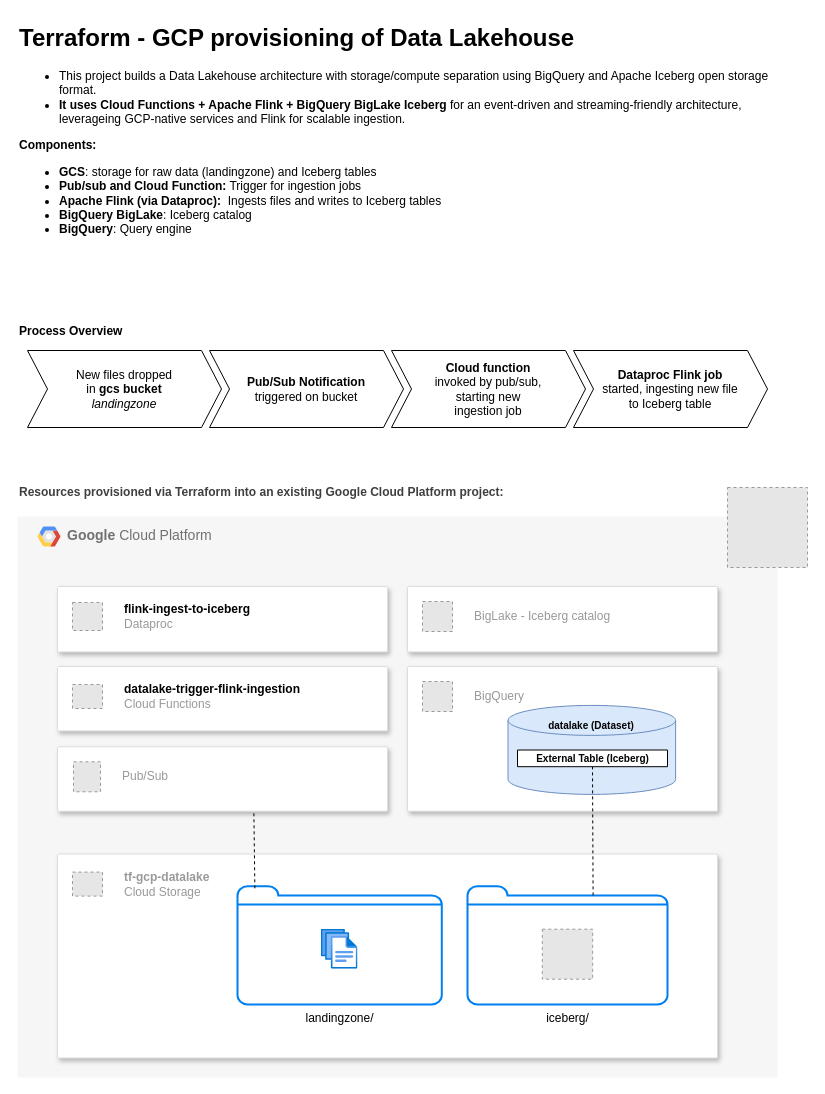
Above: tf-gcp-lakehouse/ARCHITECTURE.drawio in Sennendog/data_tech_stacks (draw.io), before the change. Source tidied: cells renumbered, new cells numbered last; positions are measured from the earlier drawing's top-left corner, leaving out a move shared by most shapes. Both pictures are drawn from the tidied source at 100%, with x=0, y=0 at pixel (17, 17). Pictures stored in the file or linked from it are replaced by grey dashed boxes.
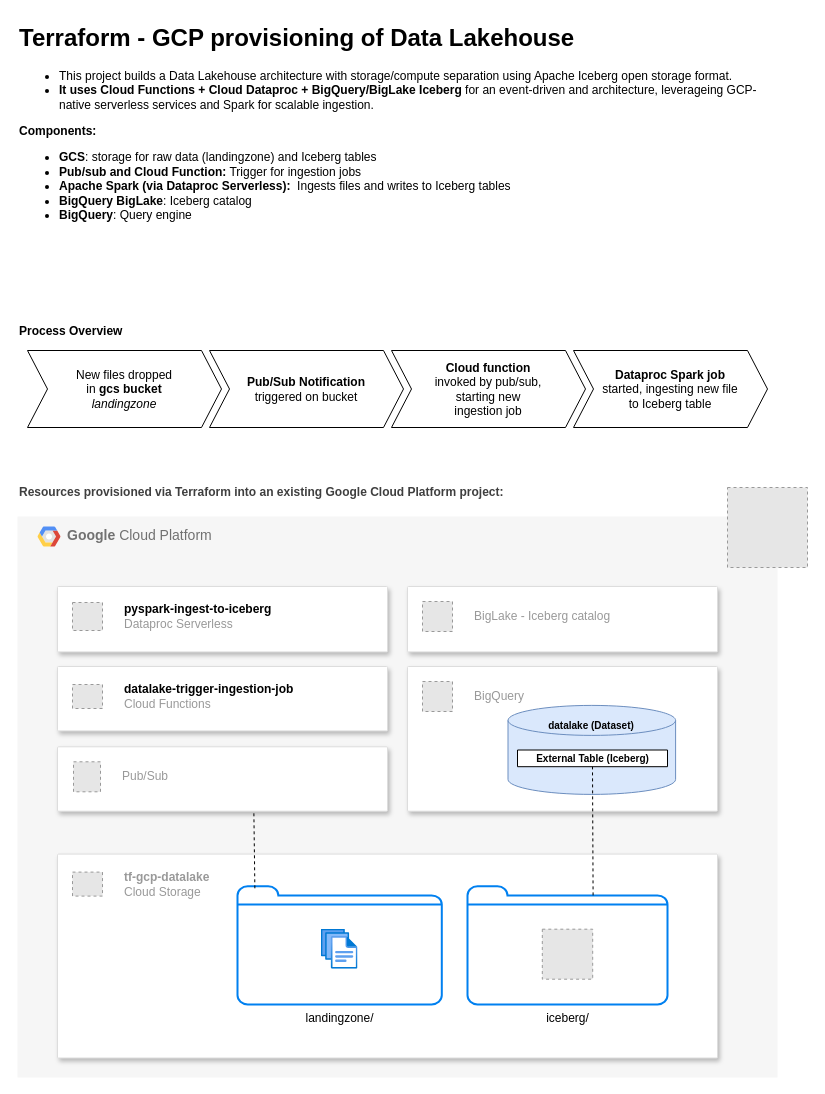
Above is the later version.

Commit message (it also covers changes not shown here):
switch to spark/dataproc serverless

The change refers to these unchanged cells:
```xml
<mxCell id="18" style="strokeColor=#dddddd;shadow=1;strokeWidth=1;rounded=1;absoluteArcSize=1;arcSize=2;" parent="2" vertex="1">
  <mxGeometry x="40" y="150" width="330" height="64.4" as="geometry" />
</mxCell>
<mxCell id="21" style="strokeColor=#dddddd;shadow=1;strokeWidth=1;rounded=1;absoluteArcSize=1;arcSize=2;" parent="2" vertex="1">
  <mxGeometry x="40" y="70" width="330" height="65.4" as="geometry" />
</mxCell>
<mxCell id="27" value="Process Overview" style="swimlane;horizontal=1;fillColor=none;strokeColor=none;stackBorder=10;align=left;whiteSpace=wrap;html=1;spacingTop=4;" parent="1" vertex="1">
  <mxGeometry y="300" width="760" height="120" as="geometry" />
</mxCell>
```

What changed in the source:
```diff
@@
-    <mxCell id="19" value="&lt;b&gt;&lt;font color=&quot;#000000&quot;&gt;datalake-trigger-flink-ingestion&lt;/font&gt;&lt;br&gt;&lt;/b&gt;Cloud Functions" style="fillColor=#E6E6E6;strokeColor=#999999;dashed=1;html=1;fontColor=#999999;verticalLabelPosition=middle;verticalAlign=middle;labelPosition=right;align=left;spacingLeft=20;" parent="18" vertex="1">
+    <mxCell id="19" value="&lt;b&gt;&lt;font color=&quot;#000000&quot;&gt;datalake-trigger-ingestion-job&lt;/font&gt;&lt;br&gt;&lt;/b&gt;Cloud Functions" style="fillColor=#E6E6E6;strokeColor=#999999;dashed=1;html=1;fontColor=#999999;verticalLabelPosition=middle;verticalAlign=middle;labelPosition=right;align=left;spacingLeft=20;" parent="18" vertex="1">
       <mxGeometry width="30" height="24" relative="1" as="geometry">
         <mxPoint x="15" y="18" as="offset" />
       </mxGeometry>
     </mxCell>
@@
-    <mxCell id="22" value="&lt;font color=&quot;#000000&quot;&gt;&lt;b&gt;flink-ingest-to-iceberg&lt;/b&gt;&lt;/font&gt;&lt;br&gt;Dataproc" style="fillColor=#E6E6E6;strokeColor=#999999;dashed=1;html=1;fontColor=#999999;verticalLabelPosition=middle;verticalAlign=middle;labelPosition=right;align=left;spacingLeft=20;" parent="21" vertex="1">
+    <mxCell id="22" value="&lt;font color=&quot;#000000&quot;&gt;&lt;b&gt;pyspark-ingest-to-iceberg&lt;/b&gt;&lt;/font&gt;&lt;br&gt;Dataproc Serverless" style="fillColor=#E6E6E6;strokeColor=#999999;dashed=1;html=1;fontColor=#999999;verticalLabelPosition=middle;verticalAlign=middle;labelPosition=right;align=left;spacingLeft=20;" parent="21" vertex="1">
       <mxGeometry width="30" height="28" relative="1" as="geometry">
         <mxPoint x="15" y="16" as="offset" />
       </mxGeometry>
     </mxCell>
@@
-    <mxCell id="25" value="&lt;h1 style=&quot;margin-top: 0px;&quot;&gt;Terraform - GCP provisioning of Data Lakehouse&lt;/h1&gt;&lt;p&gt;&lt;/p&gt;&lt;ul&gt;&lt;li&gt;This project builds a Data Lakehouse architecture with storage/compute separation using BigQuery and Apache Iceberg open storage format.&lt;/li&gt;&lt;li&gt;&lt;b&gt;It uses Cloud Functions + Apache Flink + BigQuery BigLake Iceberg &lt;/b&gt;for an&lt;span style=&quot;background-color: transparent;&quot;&gt;&amp;nbsp;&lt;/span&gt;&lt;span style=&quot;background-color: transparent;&quot;&gt;event-driven&lt;/span&gt;&lt;span style=&quot;background-color: transparent;&quot;&gt; and &lt;/span&gt;&lt;span style=&quot;background-color: transparent;&quot;&gt;streaming-friendly&lt;/span&gt;&lt;span style=&quot;background-color: transparent;&quot;&gt; architecture, leverageing GCP-native services and Flink for scalable ingestion.&lt;/span&gt;&lt;/li&gt;&lt;/ul&gt;&lt;p&gt;&lt;/p&gt;&lt;p&gt;&lt;b&gt;Components:&lt;/b&gt;&lt;/p&gt;&lt;p&gt;&lt;/p&gt;&lt;ul&gt;&lt;li&gt;&lt;b&gt;GCS&lt;/b&gt;: storage for raw data (landingzone) and Iceberg tables&lt;/li&gt;&lt;li&gt;&lt;b&gt;Pub/sub and Cloud Function:&lt;/b&gt; Trigger for ingestion jobs&lt;/li&gt;&lt;li&gt;&lt;b&gt;Apache Flink (via Dataproc):&lt;/b&gt;&amp;nbsp; Ingests files and writes to &lt;span&gt;Iceberg tables&lt;/span&gt;&lt;/li&gt;&lt;li&gt;&lt;span&gt;&lt;b&gt;BigQuery BigLake&lt;/b&gt;: Iceberg catalog&lt;/span&gt;&lt;/li&gt;&lt;li&gt;&lt;span&gt;&lt;b&gt;BigQuery&lt;/b&gt;: Query engine&lt;/span&gt;&lt;/li&gt;&lt;/ul&gt;&lt;p&gt;&lt;/p&gt;&lt;p&gt;&lt;/p&gt;" style="text;html=1;whiteSpace=wrap;overflow=hidden;rounded=0;" parent="1" vertex="1">
+    <mxCell id="25" value="&lt;h1 style=&quot;margin-top: 0px;&quot;&gt;Terraform - GCP provisioning of Data Lakehouse&lt;/h1&gt;&lt;p&gt;&lt;/p&gt;&lt;ul&gt;&lt;li&gt;This project builds a Data Lakehouse architecture with storage/compute separation using Apache Iceberg open storage format.&lt;/li&gt;&lt;li&gt;&lt;b&gt;It uses Cloud Functions + Cloud Dataproc + BigQuery/BigLake Iceberg &lt;/b&gt;for an&lt;span style=&quot;background-color: transparent;&quot;&gt;&amp;nbsp;&lt;/span&gt;&lt;span style=&quot;background-color: transparent;&quot;&gt;event-driven&lt;/span&gt;&lt;span style=&quot;background-color: transparent;&quot;&gt; and &lt;/span&gt;&lt;span style=&quot;background-color: transparent;&quot;&gt;architecture, leverageing GCP-native serverless services and Spark for scalable ingestion.&lt;/span&gt;&lt;/li&gt;&lt;/ul&gt;&lt;p&gt;&lt;/p&gt;&lt;p&gt;&lt;b&gt;Components:&lt;/b&gt;&lt;/p&gt;&lt;p&gt;&lt;/p&gt;&lt;ul&gt;&lt;li&gt;&lt;b&gt;GCS&lt;/b&gt;: storage for raw data (landingzone) and Iceberg tables&lt;/li&gt;&lt;li&gt;&lt;b&gt;Pub/sub and Cloud Function:&lt;/b&gt; Trigger for ingestion jobs&lt;/li&gt;&lt;li&gt;&lt;b&gt;Apache Spark (via Dataproc Serverless):&lt;/b&gt;&amp;nbsp; Ingests files and writes to &lt;span&gt;Iceberg tables&lt;/span&gt;&lt;/li&gt;&lt;li&gt;&lt;span&gt;&lt;b&gt;BigQuery BigLake&lt;/b&gt;: Iceberg catalog&lt;/span&gt;&lt;/li&gt;&lt;li&gt;&lt;span&gt;&lt;b&gt;BigQuery&lt;/b&gt;: Query engine&lt;/span&gt;&lt;/li&gt;&lt;/ul&gt;&lt;p&gt;&lt;/p&gt;&lt;p&gt;&lt;/p&gt;" style="text;html=1;whiteSpace=wrap;overflow=hidden;rounded=0;" parent="1" vertex="1">
       <mxGeometry width="760" height="300" as="geometry" />
     </mxCell>
@@
-    <mxCell id="31" value="&lt;b&gt;Dataproc&amp;nbsp;&lt;span style=&quot;background-color: transparent;&quot;&gt;Flink job&lt;/span&gt;&lt;/b&gt;&lt;div&gt;&lt;span style=&quot;background-color: transparent;&quot;&gt;started, ingesting new file&lt;/span&gt;&lt;/div&gt;&lt;div&gt;&lt;span style=&quot;background-color: transparent;&quot;&gt;to Iceberg table&lt;/span&gt;&lt;/div&gt;" style="shape=step;perimeter=stepPerimeter;fixedSize=1;whiteSpace=wrap;html=1;" parent="27" vertex="1">
+    <mxCell id="31" value="&lt;b&gt;Dataproc&amp;nbsp;&lt;span style=&quot;background-color: transparent;&quot;&gt;Spark job&lt;/span&gt;&lt;/b&gt;&lt;div&gt;&lt;span style=&quot;background-color: transparent;&quot;&gt;started, ingesting new file&lt;/span&gt;&lt;/div&gt;&lt;div&gt;&lt;span style=&quot;background-color: transparent;&quot;&gt;to Iceberg table&lt;/span&gt;&lt;/div&gt;" style="shape=step;perimeter=stepPerimeter;fixedSize=1;whiteSpace=wrap;html=1;" parent="27" vertex="1">
       <mxGeometry x="556" y="33" width="194" height="77" as="geometry" />
     </mxCell>
```
